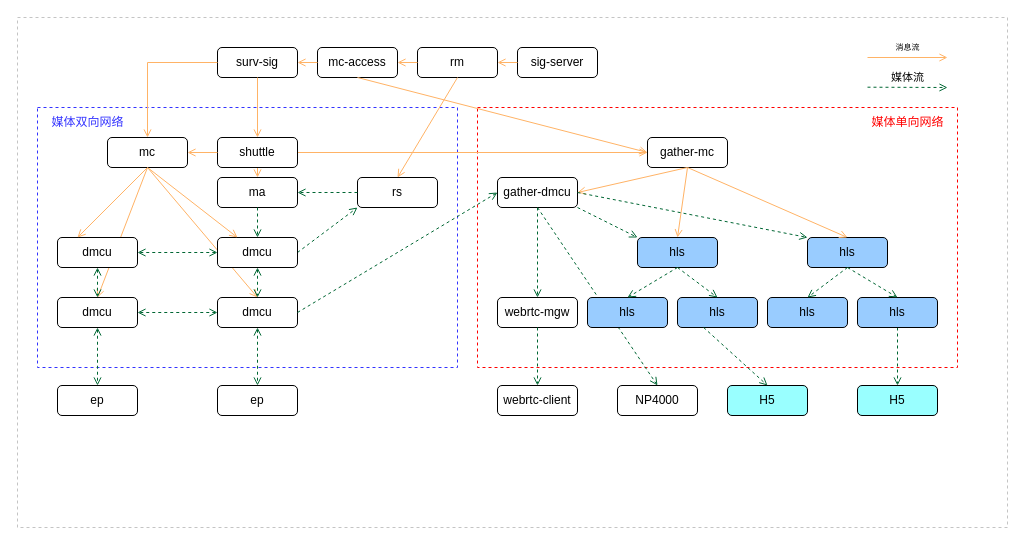
Above: page "内网直播" (1 of 4) of 单向网络-内网直播.drawio in Liaozengxiang/test (draw.io), before the change. Source tidied: cells renumbered, new cells numbered last; positions are measured from the earlier drawing's top-left corner, leaving out a move shared by most shapes. Both pictures are drawn from the tidied source at 100%, with x=0, y=0 at pixel (17, 17).
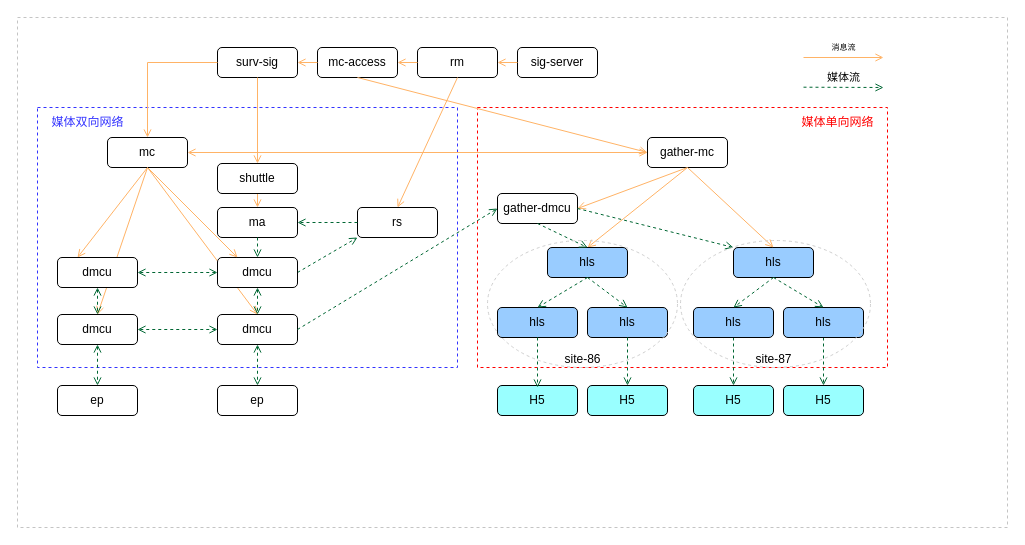
After the change.

The change refers to these unchanged cells:
```xml
<mxCell id="9" value="gather-mc" style="rounded=1;whiteSpace=wrap;html=1;" parent="1" vertex="1">
  <mxGeometry x="630" y="120" width="80" height="30" as="geometry" />
</mxCell>
<mxCell id="41" value="mc" style="rounded=1;whiteSpace=wrap;html=1;" parent="1" vertex="1">
  <mxGeometry x="90" y="120" width="80" height="30" as="geometry" />
</mxCell>
```

What changed in the source:
```diff
@@
     <mxCell id="3" style="rounded=0;whiteSpace=wrap;html=1;dashed=1;shadow=0;strokeWidth=1;perimeterSpacing=0;strokeColor=#FF0000;" parent="1" vertex="1">
-      <mxGeometry x="460" y="90" width="480" height="260" as="geometry" />
+      <mxGeometry x="460" y="90" width="410" height="260" as="geometry" />
     </mxCell>
-    <mxCell id="4" style="endArrow=open;startArrow=none;html=1;rounded=0;endFill=0;startFill=0;dashed=1;strokeColor=#006633;entryX=0.5;entryY=0;entryDx=0;entryDy=0;" parent="1" edge="1" target="21">
-      <mxGeometry relative="1" as="geometry">
-        <mxPoint x="520" y="190" as="sourcePoint" />
-      </mxGeometry>
-    </mxCell>
@@
     <mxCell id="10" value="gather-dmcu" style="rounded=1;whiteSpace=wrap;html=1;" parent="1" vertex="1">
-      <mxGeometry x="480" y="160" width="80" height="30" as="geometry" />
+      <mxGeometry x="480" y="176" width="80" height="30" as="geometry" />
     </mxCell>
     <mxCell id="11" value="媒体单向网络" style="text;html=1;align=center;verticalAlign=middle;fillColor=none;strokeColor=none;rounded=0;shadow=0;dashed=1;fontColor=#ff0000;" parent="1" vertex="1">
-      <mxGeometry x="840" y="90" width="100" height="30" as="geometry" />
+      <mxGeometry x="770" y="90" width="100" height="30" as="geometry" />
     </mxCell>
     <mxCell id="12" value="媒体流" style="endArrow=open;startArrow=none;html=1;exitX=1;exitY=0.5;exitDx=0;exitDy=0;rounded=0;endFill=0;startFill=0;dashed=1;strokeColor=#006633;" parent="1" edge="1">
       <mxGeometry y="10" relative="1" as="geometry">
-        <mxPoint x="850" y="69.7" as="sourcePoint" />
-        <mxPoint x="930" y="70" as="targetPoint" />
+        <mxPoint x="786" y="69.7" as="sourcePoint" />
+        <mxPoint x="866" y="70" as="targetPoint" />
       </mxGeometry>
     </mxCell>
     <mxCell id="13" value="消息流" style="endArrow=open;html=1;rounded=0;strokeColor=#FFB366;startArrow=none;startFill=0;exitX=1;exitY=0.5;exitDx=0;exitDy=0;endFill=0;fontSize=8;" parent="1" edge="1">
       <mxGeometry y="10" relative="1" as="geometry">
-        <mxPoint x="850" y="40" as="sourcePoint" />
-        <mxPoint x="930" y="40" as="targetPoint" />
+        <mxPoint x="786" y="40" as="sourcePoint" />
+        <mxPoint x="866" y="40" as="targetPoint" />
       </mxGeometry>
     </mxCell>
-    <mxCell id="14" value="webrtc-mgw" style="rounded=1;whiteSpace=wrap;html=1;" parent="1" vertex="1">
-      <mxGeometry x="480" y="280" width="80" height="30" as="geometry" />
-    </mxCell>
     <mxCell id="15" value="hls" style="rounded=1;whiteSpace=wrap;html=1;fillColor=#99CCFF;" parent="1" vertex="1">
-      <mxGeometry x="620" y="220" width="80" height="30" as="geometry" />
+      <mxGeometry x="530" y="230" width="80" height="30" as="geometry" />
     </mxCell>
     <mxCell id="16" value="hls" style="rounded=1;whiteSpace=wrap;html=1;fillColor=#99CCFF;" parent="1" vertex="1">
-      <mxGeometry x="570" y="280" width="80" height="30" as="geometry" />
+      <mxGeometry x="480" y="290" width="80" height="30" as="geometry" />
     </mxCell>
     <mxCell id="17" value="hls" style="rounded=1;whiteSpace=wrap;html=1;fillColor=#99CCFF;" parent="1" vertex="1">
-      <mxGeometry x="660" y="280" width="80" height="30" as="geometry" />
+      <mxGeometry x="570" y="290" width="80" height="30" as="geometry" />
     </mxCell>
-    <mxCell id="18" style="endArrow=open;startArrow=none;html=1;exitX=0.5;exitY=1;exitDx=0;exitDy=0;entryX=0.5;entryY=0;entryDx=0;entryDy=0;rounded=0;endFill=0;startFill=0;dashed=1;strokeColor=#006633;" parent="1" edge="1" source="10" target="14">
-      <mxGeometry relative="1" as="geometry" />
-    </mxCell>
@@
-    <mxCell id="20" value="webrtc-client" style="rounded=1;whiteSpace=wrap;html=1;" parent="1" vertex="1">
-      <mxGeometry x="480" y="368" width="80" height="30" as="geometry" />
-    </mxCell>
-    <mxCell id="21" value="NP4000" style="rounded=1;whiteSpace=wrap;html=1;" parent="1" vertex="1">
-      <mxGeometry x="600" y="368" width="80" height="30" as="geometry" />
-    </mxCell>
     <mxCell id="22" value="H5" style="rounded=1;whiteSpace=wrap;html=1;fillColor=#99FFFF;" parent="1" vertex="1">
-      <mxGeometry x="710" y="368" width="80" height="30" as="geometry" />
+      <mxGeometry x="676" y="368" width="80" height="30" as="geometry" />
     </mxCell>
     <mxCell id="23" value="H5" style="rounded=1;whiteSpace=wrap;html=1;fillColor=#99FFFF;" parent="1" vertex="1">
-      <mxGeometry x="840" y="368" width="80" height="30" as="geometry" />
+      <mxGeometry x="766" y="368" width="80" height="30" as="geometry" />
     </mxCell>
-    <mxCell id="24" style="endArrow=open;startArrow=none;html=1;rounded=0;endFill=0;startFill=0;dashed=1;strokeColor=#006633;exitX=0.471;exitY=0.846;exitDx=0;exitDy=0;entryX=0.5;entryY=0;entryDx=0;entryDy=0;exitPerimeter=0;" parent="1" edge="1" source="3" target="22">
+    <mxCell id="24" style="endArrow=open;startArrow=none;html=1;rounded=0;endFill=0;startFill=0;dashed=1;strokeColor=#006633;exitX=0.5;exitY=1;exitDx=0;exitDy=0;entryX=0.5;entryY=0;entryDx=0;entryDy=0;" parent="1" edge="1" source="55" target="22">
       <mxGeometry relative="1" as="geometry" />
     </mxCell>
-    <mxCell id="25" style="endArrow=open;startArrow=none;html=1;rounded=0;endFill=0;startFill=0;dashed=1;strokeColor=#006633;entryX=0.5;entryY=0;entryDx=0;entryDy=0;exitX=0.5;exitY=1;exitDx=0;exitDy=0;" parent="1" edge="1" source="56" target="23">
+    <mxCell id="25" style="endArrow=open;startArrow=none;html=1;rounded=0;endFill=0;startFill=0;dashed=1;strokeColor=#006633;exitX=0.5;exitY=1;exitDx=0;exitDy=0;entryX=0.5;entryY=0;entryDx=0;entryDy=0;" parent="1" edge="1" source="56" target="23">
       <mxGeometry relative="1" as="geometry" />
     </mxCell>
@@
     <mxCell id="27" value="dmcu" style="rounded=1;whiteSpace=wrap;html=1;" parent="1" vertex="1">
-      <mxGeometry x="40" y="220" width="80" height="30" as="geometry" />
+      <mxGeometry x="40" y="240" width="80" height="30" as="geometry" />
     </mxCell>
     <mxCell id="28" value="ma" style="rounded=1;whiteSpace=wrap;html=1;" parent="1" vertex="1">
-      <mxGeometry x="200" y="160" width="80" height="30" as="geometry" />
+      <mxGeometry x="200" y="190" width="80" height="30" as="geometry" />
     </mxCell>
@@
     <mxCell id="31" value="rs" style="rounded=1;whiteSpace=wrap;html=1;" parent="1" vertex="1">
-      <mxGeometry x="340" y="160" width="80" height="30" as="geometry" />
+      <mxGeometry x="340" y="190" width="80" height="30" as="geometry" />
     </mxCell>
@@
-    <mxCell id="38" style="endArrow=open;html=1;rounded=0;strokeColor=#FFB366;startArrow=none;startFill=0;endFill=0;entryX=0;entryY=0.5;entryDx=0;entryDy=0;exitX=1;exitY=0.5;exitDx=0;exitDy=0;" parent="1" edge="1" source="69" target="9">
+    <mxCell id="38" style="endArrow=open;html=1;strokeColor=#FFB366;startArrow=open;startFill=0;endFill=0;entryX=0;entryY=0.5;entryDx=0;entryDy=0;exitX=1;exitY=0.5;exitDx=0;exitDy=0;strokeWidth=1;rounded=1;" parent="1" edge="1" source="41" target="9">
       <mxGeometry relative="1" as="geometry" />
     </mxCell>
     <mxCell id="39" value="dmcu" style="rounded=1;whiteSpace=wrap;html=1;" parent="1" vertex="1">
-      <mxGeometry x="40" y="280" width="80" height="30" as="geometry" />
+      <mxGeometry x="40" y="297" width="80" height="30" as="geometry" />
     </mxCell>
     <mxCell id="40" value="dmcu" style="rounded=1;whiteSpace=wrap;html=1;" parent="1" vertex="1">
-      <mxGeometry x="200" y="280" width="80" height="30" as="geometry" />
+      <mxGeometry x="200" y="297" width="80" height="30" as="geometry" />
     </mxCell>
@@
     <mxCell id="47" value="dmcu" style="rounded=1;whiteSpace=wrap;html=1;" parent="1" vertex="1">
-      <mxGeometry x="200" y="220" width="80" height="30" as="geometry" />
+      <mxGeometry x="200" y="240" width="80" height="30" as="geometry" />
     </mxCell>
@@
     <mxCell id="54" value="hls" style="rounded=1;whiteSpace=wrap;html=1;fillColor=#99CCFF;" parent="1" vertex="1">
-      <mxGeometry x="790" y="220" width="80" height="30" as="geometry" />
+      <mxGeometry x="716" y="230" width="80" height="30" as="geometry" />
     </mxCell>
     <mxCell id="55" value="hls" style="rounded=1;whiteSpace=wrap;html=1;fillColor=#99CCFF;" parent="1" vertex="1">
-      <mxGeometry x="750" y="280" width="80" height="30" as="geometry" />
+      <mxGeometry x="676" y="290" width="80" height="30" as="geometry" />
     </mxCell>
     <mxCell id="56" value="hls" style="rounded=1;whiteSpace=wrap;html=1;fillColor=#99CCFF;" parent="1" vertex="1">
-      <mxGeometry x="840" y="280" width="80" height="30" as="geometry" />
+      <mxGeometry x="766" y="290" width="80" height="30" as="geometry" />
     </mxCell>
-    <mxCell id="57" style="endArrow=open;startArrow=none;html=1;exitX=1;exitY=1;exitDx=0;exitDy=0;entryX=0;entryY=0;entryDx=0;entryDy=0;rounded=0;endFill=0;startFill=0;dashed=1;strokeColor=#006633;" parent="1" edge="1" source="10" target="15">
+    <mxCell id="57" style="endArrow=open;startArrow=none;html=1;exitX=0.5;exitY=1;exitDx=0;exitDy=0;entryX=0.5;entryY=0;entryDx=0;entryDy=0;rounded=0;endFill=0;startFill=0;dashed=1;strokeColor=#006633;" parent="1" edge="1" source="10" target="15">
       <mxGeometry relative="1" as="geometry" />
     </mxCell>
@@
-    <mxCell id="63" style="endArrow=open;startArrow=none;html=1;exitX=0.5;exitY=1;exitDx=0;exitDy=0;entryX=0.5;entryY=0;entryDx=0;entryDy=0;rounded=0;endFill=0;startFill=0;dashed=1;strokeColor=#006633;" parent="1" edge="1" source="14" target="20">
-      <mxGeometry relative="1" as="geometry" />
-    </mxCell>
@@
     <mxCell id="69" value="shuttle" style="rounded=1;whiteSpace=wrap;html=1;" parent="1" vertex="1">
-      <mxGeometry x="200" y="120" width="80" height="30" as="geometry" />
+      <mxGeometry x="200" y="146" width="80" height="30" as="geometry" />
     </mxCell>
-    <mxCell id="70" style="endArrow=none;html=1;rounded=0;strokeColor=#FFB366;startArrow=open;startFill=0;endFill=0;entryX=0;entryY=0.5;entryDx=0;entryDy=0;exitX=1;exitY=0.5;exitDx=0;exitDy=0;" parent="1" edge="1" source="41" target="69">
-      <mxGeometry relative="1" as="geometry" />
-    </mxCell>
@@
+    <mxCell id="74" value="H5" style="rounded=1;whiteSpace=wrap;html=1;fillColor=#99FFFF;" parent="1" vertex="1">
+      <mxGeometry x="480" y="368" width="80" height="30" as="geometry" />
+    </mxCell>
+    <mxCell id="75" value="H5" style="rounded=1;whiteSpace=wrap;html=1;fillColor=#99FFFF;" parent="1" vertex="1">
+      <mxGeometry x="570" y="368" width="80" height="30" as="geometry" />
+    </mxCell>
+    <mxCell id="76" style="endArrow=open;startArrow=none;html=1;rounded=0;endFill=0;startFill=0;dashed=1;strokeColor=#006633;exitX=0.5;exitY=1;exitDx=0;exitDy=0;" parent="1" edge="1" source="16">
+      <mxGeometry relative="1" as="geometry">
+        <mxPoint x="520" y="370" as="targetPoint" />
+      </mxGeometry>
+    </mxCell>
+    <mxCell id="77" style="endArrow=open;startArrow=none;html=1;rounded=0;endFill=0;startFill=0;dashed=1;strokeColor=#006633;exitX=0.5;exitY=1;exitDx=0;exitDy=0;entryX=0.5;entryY=0;entryDx=0;entryDy=0;" parent="1" edge="1" source="17" target="75">
+      <mxGeometry relative="1" as="geometry" />
+    </mxCell>
+    <mxCell id="78" style="ellipse;whiteSpace=wrap;html=1;fillColor=none;strokeColor=#CFCFCF;dashed=1;" parent="1" vertex="1">
+      <mxGeometry x="470" y="223" width="190" height="127" as="geometry" />
+    </mxCell>
+    <mxCell id="79" style="ellipse;whiteSpace=wrap;html=1;fillColor=none;strokeColor=#CFCFCF;dashed=1;" parent="1" vertex="1">
+      <mxGeometry x="663" y="223" width="190" height="127" as="geometry" />
+    </mxCell>
+    <mxCell id="80" value="site-86" style="text;html=1;align=center;verticalAlign=middle;fillColor=none;strokeColor=none;rounded=0;dashed=1;" parent="1" vertex="1">
+      <mxGeometry x="535" y="327" width="60" height="30" as="geometry" />
+    </mxCell>
+    <mxCell id="81" value="site-87" style="text;html=1;align=center;verticalAlign=middle;fillColor=none;strokeColor=none;rounded=0;dashed=1;" parent="1" vertex="1">
+      <mxGeometry x="726" y="327" width="60" height="30" as="geometry" />
+    </mxCell>
```
